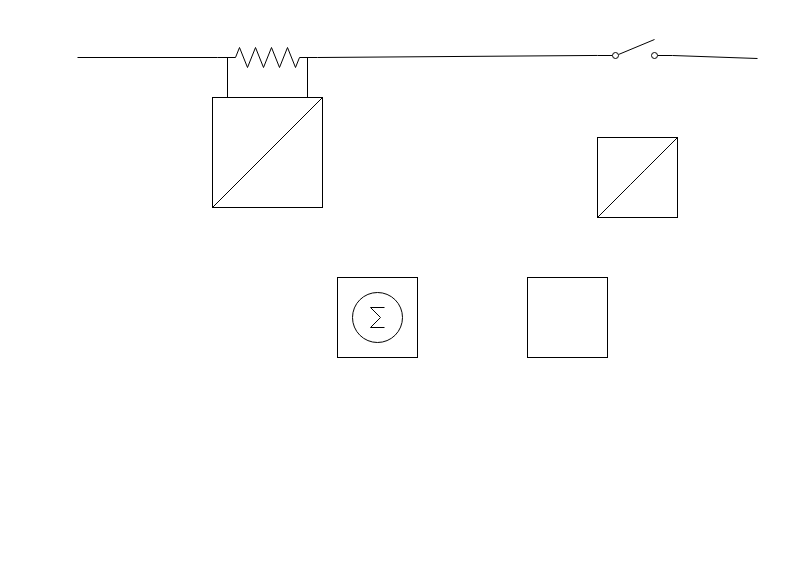
Above: Untitled Diagram.drawio in gilgo31/ETD17 (draw.io), before the change. Source tidied: cells renumbered, new cells numbered last; positions are measured from the earlier drawing's top-left corner, leaving out a move shared by most shapes. Both pictures are drawn from the tidied source at 100%, with x=0, y=0 at pixel (77, 39).
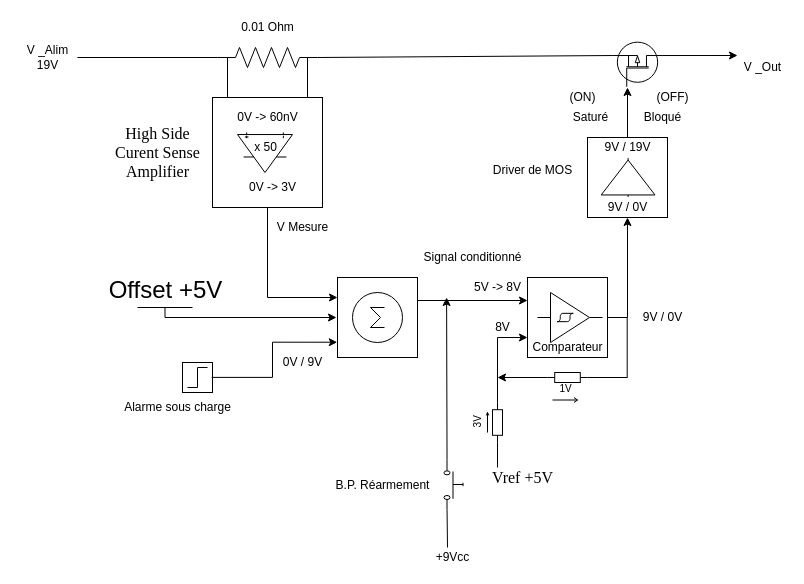
The same page after the edit.

The change refers to these unchanged cells:
```xml
<mxCell id="2" style="whiteSpace=wrap;html=1;" parent="1" vertex="1">
  <mxGeometry x="260" y="238" width="80" height="80" as="geometry" />
</mxCell>
<mxCell id="4" style="verticalLabelPosition=bottom;shadow=0;dashed=0;align=center;html=1;verticalAlign=top;shape=mxgraph.electrical.resistors.resistor_2;" parent="1" vertex="1">
  <mxGeometry x="140" y="8" width="100" height="20" as="geometry" />
</mxCell>
<mxCell id="8" style="whiteSpace=wrap;html=1;" parent="1" vertex="1">
  <mxGeometry x="135" y="58" width="110" height="110" as="geometry" />
</mxCell>
<mxCell id="12" style="whiteSpace=wrap;html=1;" parent="1" vertex="1">
  <mxGeometry x="450" y="238" width="80" height="80" as="geometry" />
</mxCell>
```

What changed in the source:
```diff
@@
+    <mxCell id="16" style="whiteSpace=wrap;html=1;" parent="1" vertex="1">
+      <mxGeometry x="105" y="323" width="30" height="30" as="geometry" />
+    </mxCell>
+    <mxCell id="17" style="edgeStyle=orthogonalEdgeStyle;rounded=0;orthogonalLoop=1;jettySize=auto;html=1;exitX=1;exitY=0.5;exitDx=0;exitDy=0;entryX=0;entryY=0.5;entryDx=0;entryDy=0;" parent="1" edge="1">
+      <mxGeometry relative="1" as="geometry">
+        <mxPoint x="340" y="261" as="sourcePoint" />
+        <mxPoint x="450" y="261" as="targetPoint" />
+      </mxGeometry>
+    </mxCell>
@@
+    <mxCell id="18" style="edgeStyle=orthogonalEdgeStyle;rounded=0;jettySize=auto;html=1;exitX=0.5;exitY=0;exitDx=0;exitDy=0;" parent="1" edge="1" source="3">
+      <mxGeometry relative="1" as="geometry">
+        <mxPoint x="550" y="48" as="targetPoint" />
+      </mxGeometry>
+    </mxCell>
     <mxCell id="3" style="whiteSpace=wrap;html=1;" parent="1" vertex="1">
-      <mxGeometry x="520" y="98" width="80" height="80" as="geometry" />
+      <mxGeometry x="510" y="98" width="80" height="80" as="geometry" />
     </mxCell>
@@
-    <mxCell id="5" style="verticalLabelPosition=bottom;shadow=0;dashed=0;align=center;html=1;verticalAlign=top;shape=mxgraph.electrical.electro-mechanical.simple_switch;" parent="1" vertex="1">
-      <mxGeometry x="520" width="75" height="19" as="geometry" />
-    </mxCell>
@@
-    <mxCell id="7" style="endArrow=none;html=1;entryX=1;entryY=0;entryDx=0;entryDy=0;exitX=0;exitY=1;exitDx=0;exitDy=0;" parent="1" edge="1" source="3" target="3">
-      <mxGeometry relative="1" as="geometry">
-        <Array as="points">
-          <mxPoint x="560" y="138" />
-        </Array>
-      </mxGeometry>
-    </mxCell>
+    <mxCell id="19" style="edgeStyle=orthogonalEdgeStyle;rounded=0;jettySize=auto;html=1;exitX=0.5;exitY=1;exitDx=0;exitDy=0;entryX=0;entryY=0.25;entryDx=0;entryDy=0;" parent="1" edge="1" source="8" target="2">
+      <mxGeometry relative="1" as="geometry" />
+    </mxCell>
@@
-    <mxCell id="9" style="endArrow=none;html=1;entryX=1;entryY=0;entryDx=0;entryDy=0;exitX=0;exitY=1;exitDx=0;exitDy=0;" parent="1" edge="1" source="8" target="8">
-      <mxGeometry relative="1" as="geometry" />
-    </mxCell>
@@
+    <mxCell id="20" style="edgeStyle=orthogonalEdgeStyle;rounded=0;jettySize=auto;html=1;exitX=1;exitY=0.5;exitDx=0;exitDy=0;entryX=0.5;entryY=1;entryDx=0;entryDy=0;" parent="1" edge="1" source="12" target="3">
+      <mxGeometry relative="1" as="geometry" />
+    </mxCell>
@@
-    <mxCell id="13" style="endArrow=none;html=1;exitX=1;exitY=0.5;exitDx=0;exitDy=0;exitPerimeter=0;entryX=0;entryY=0.84;entryDx=0;entryDy=0;entryPerimeter=0;" parent="1" edge="1" source="4" target="5">
+    <mxCell id="13" style="endArrow=none;html=1;exitX=1;exitY=0.5;exitDx=0;exitDy=0;exitPerimeter=0;entryX=0.7;entryY=1;entryDx=0;entryDy=0;entryPerimeter=0;" parent="1" edge="1" source="4" target="37">
       <mxGeometry relative="1" as="geometry" />
     </mxCell>
@@
-    <mxCell id="15" style="endArrow=none;html=1;exitX=1;exitY=0.84;exitDx=0;exitDy=0;exitPerimeter=0;" parent="1" edge="1">
-      <mxGeometry relative="1" as="geometry">
-        <mxPoint x="595" y="16" as="sourcePoint" />
-        <mxPoint x="680" y="19" as="targetPoint" />
-      </mxGeometry>
-    </mxCell>
+    <mxCell id="21" value="V Mesure" style="text;html=1;align=center;verticalAlign=middle;" parent="1" vertex="1">
+      <mxGeometry x="190" y="178" width="70" height="20" as="geometry" />
+    </mxCell>
+    <mxCell id="22" style="edgeStyle=none;rounded=0;jettySize=auto;html=1;exitX=0.5;exitY=0;exitDx=0;exitDy=0;exitPerimeter=0;" parent="1" edge="1" source="27">
+      <mxGeometry relative="1" as="geometry">
+        <mxPoint x="259" y="278" as="targetPoint" />
+      </mxGeometry>
+    </mxCell>
+    <mxCell id="23" style="edgeStyle=orthogonalEdgeStyle;rounded=0;jettySize=auto;html=1;entryX=-0.003;entryY=0.809;entryDx=0;entryDy=0;entryPerimeter=0;exitX=1.21;exitY=0.495;exitDx=0;exitDy=0;exitPerimeter=0;" parent="1" edge="1" source="24" target="2">
+      <mxGeometry relative="1" as="geometry" />
+    </mxCell>
+    <mxCell id="24" style="verticalLabelPosition=bottom;shadow=0;dashed=0;align=center;html=1;verticalAlign=top;shape=mxgraph.electrical.waveforms.step_1;" parent="1" vertex="1">
+      <mxGeometry x="110" y="328" width="20" height="20" as="geometry" />
+    </mxCell>
+    <mxCell id="25" value="0V -&amp;gt; 60nV" style="text;html=1;align=center;verticalAlign=middle;fillColor=none;strokeColor=none;rounded=0;" parent="1" vertex="1">
+      <mxGeometry x="150" y="68" width="80" height="20" as="geometry" />
+    </mxCell>
+    <mxCell id="26" value="0V -&amp;gt; 3V" style="text;html=1;align=center;verticalAlign=middle;fillColor=none;strokeColor=none;rounded=0;" parent="1" vertex="1">
+      <mxGeometry x="165" y="138" width="60" height="20" as="geometry" />
+    </mxCell>
+    <mxCell id="27" value="Offset +5V" style="verticalLabelPosition=top;verticalAlign=bottom;shape=mxgraph.electrical.signal_sources.vdd;shadow=0;dashed=0;align=center;strokeWidth=1;fontSize=24;html=1;flipV=1;" parent="1" vertex="1">
+      <mxGeometry x="60" y="268" width="55" height="10" as="geometry" />
+    </mxCell>
+    <mxCell id="28" value="Signal conditionné" style="text;html=1;align=center;verticalAlign=middle;" parent="1" vertex="1">
+      <mxGeometry x="340" y="208" width="110" height="20" as="geometry" />
+    </mxCell>
+    <mxCell id="29" value="Alarme sous charge" style="text;html=1;align=center;verticalAlign=middle;" parent="1" vertex="1">
+      <mxGeometry x="40" y="358" width="120" height="20" as="geometry" />
+    </mxCell>
+    <mxCell id="30" value="0V / 9V" style="text;html=1;align=center;verticalAlign=middle;" parent="1" vertex="1">
+      <mxGeometry x="200" y="313" width="50" height="20" as="geometry" />
+    </mxCell>
+    <mxCell id="31" style="verticalLabelPosition=bottom;shadow=0;dashed=0;align=center;html=1;verticalAlign=top;shape=mxgraph.electrical.abstract.operational_amp_1;rotation=90;" parent="1" vertex="1">
+      <mxGeometry x="167.5" y="85.5" width="40" height="55" as="geometry" />
+    </mxCell>
+    <mxCell id="32" value="0.01 Ohm" style="text;html=1;align=center;verticalAlign=middle;" parent="1" vertex="1">
+      <mxGeometry x="155" y="-22" width="70" height="20" as="geometry" />
+    </mxCell>
+    <mxCell id="33" value="9V / 0V" style="text;html=1;align=center;verticalAlign=middle;fillColor=none;strokeColor=none;rounded=0;" parent="1" vertex="1">
+      <mxGeometry x="525" y="158" width="50" height="20" as="geometry" />
+    </mxCell>
+    <mxCell id="34" value="9V / 19V" style="text;html=1;align=center;verticalAlign=middle;fillColor=none;strokeColor=none;rounded=0;" parent="1" vertex="1">
+      <mxGeometry x="520" y="98" width="60" height="20" as="geometry" />
+    </mxCell>
+    <mxCell id="35" value="x 50" style="text;html=1;align=center;verticalAlign=middle;fillColor=none;strokeColor=none;rounded=0;" parent="1" vertex="1">
+      <mxGeometry x="167.5" y="98" width="40" height="20" as="geometry" />
+    </mxCell>
+    <mxCell id="36" style="edgeStyle=none;rounded=0;jettySize=auto;html=1;exitX=0.7;exitY=0;exitDx=0;exitDy=0;exitPerimeter=0;" parent="1" edge="1" source="37">
+      <mxGeometry relative="1" as="geometry">
+        <mxPoint x="660" y="16" as="targetPoint" />
+      </mxGeometry>
+    </mxCell>
+    <mxCell id="37" style="verticalLabelPosition=bottom;shadow=0;dashed=0;align=center;html=1;verticalAlign=top;shape=mxgraph.electrical.mosfets1.p-channel_mosfet_1;rotation=90;flipH=1;" parent="1" vertex="1">
+      <mxGeometry x="537.7" y="0.3" width="44.6" height="49.3" as="geometry" />
+    </mxCell>
+    <mxCell id="38" value="Bloqué" style="text;html=1;align=center;verticalAlign=middle;" parent="1" vertex="1">
+      <mxGeometry x="560" y="68" width="50" height="20" as="geometry" />
+    </mxCell>
+    <mxCell id="39" value="Saturé" style="text;html=1;align=center;verticalAlign=middle;" parent="1" vertex="1">
+      <mxGeometry x="487.7" y="68" width="50" height="20" as="geometry" />
+    </mxCell>
+    <mxCell id="40" style="edgeStyle=none;rounded=0;jettySize=auto;html=1;exitX=0;exitY=0.5;exitDx=0;exitDy=0;exitPerimeter=0;" parent="1" edge="1" source="41">
+      <mxGeometry relative="1" as="geometry">
+        <mxPoint x="420" y="338" as="targetPoint" />
+      </mxGeometry>
+    </mxCell>
+    <mxCell id="41" style="verticalLabelPosition=bottom;shadow=0;dashed=0;align=center;html=1;verticalAlign=top;shape=mxgraph.electrical.resistors.resistor_1;" parent="1" vertex="1">
+      <mxGeometry x="470" y="333" width="40" height="10" as="geometry" />
+    </mxCell>
+    <mxCell id="42" style="edgeStyle=orthogonalEdgeStyle;rounded=0;jettySize=auto;html=1;exitX=1;exitY=0.5;exitDx=0;exitDy=0;exitPerimeter=0;entryX=0;entryY=0.75;entryDx=0;entryDy=0;" parent="1" edge="1" source="43" target="12">
+      <mxGeometry relative="1" as="geometry" />
+    </mxCell>
+    <mxCell id="43" style="verticalLabelPosition=bottom;shadow=0;dashed=0;align=center;html=1;verticalAlign=top;shape=mxgraph.electrical.resistors.resistor_1;rotation=-90;" parent="1" vertex="1">
+      <mxGeometry x="400" y="378" width="40" height="10" as="geometry" />
+    </mxCell>
+    <mxCell id="44" style="verticalLabelPosition=bottom;shadow=0;dashed=0;align=center;html=1;verticalAlign=top;shape=mxgraph.electrical.abstract.amplifier;rotation=-90;" parent="1" vertex="1">
+      <mxGeometry x="531.2" y="111.1" width="38.8" height="53.8" as="geometry" />
+    </mxCell>
+    <mxCell id="45" value="Driver de MOS" style="text;html=1;align=center;verticalAlign=middle;" parent="1" vertex="1">
+      <mxGeometry x="410" y="120.5" width="90" height="20" as="geometry" />
+    </mxCell>
+    <mxCell id="46" value="&lt;span lang=&quot;EN-US&quot; style=&quot;font-size: 12.0pt ; font-family: &amp;#34;times new roman&amp;#34; , serif&quot;&gt;High&amp;nbsp;Side &lt;br&gt;Curent Sense &lt;br&gt;Amplifier&lt;/span&gt;" style="text;html=1;align=center;verticalAlign=middle;" parent="1" vertex="1">
+      <mxGeometry x="30" y="88" width="100" height="50" as="geometry" />
+    </mxCell>
+    <mxCell id="47" style="edgeStyle=none;rounded=0;jettySize=auto;html=1;exitX=0;exitY=0.84;exitDx=0;exitDy=0;exitPerimeter=0;" parent="1" edge="1" source="48">
+      <mxGeometry relative="1" as="geometry">
+        <mxPoint x="369.1" y="258" as="targetPoint" />
+      </mxGeometry>
+    </mxCell>
+    <mxCell id="48" style="verticalLabelPosition=bottom;shadow=0;dashed=0;align=center;html=1;verticalAlign=top;shape=mxgraph.electrical.electro-mechanical.push_switch_no;rotation=90;" parent="1" vertex="1">
+      <mxGeometry x="351" y="435.5" width="50" height="19" as="geometry" />
+    </mxCell>
+    <mxCell id="49" style="endArrow=none;html=1;" parent="1" edge="1">
+      <mxGeometry relative="1" as="geometry">
+        <mxPoint x="549.7" y="338" as="sourcePoint" />
+        <mxPoint x="549.7" y="278" as="targetPoint" />
+      </mxGeometry>
+    </mxCell>
+    <mxCell id="50" style="endArrow=none;html=1;exitX=1;exitY=0.5;exitDx=0;exitDy=0;exitPerimeter=0;" parent="1" edge="1" source="41">
+      <mxGeometry relative="1" as="geometry">
+        <mxPoint x="550" y="338" as="targetPoint" />
+      </mxGeometry>
+    </mxCell>
+    <mxCell id="51" style="endArrow=none;html=1;entryX=0;entryY=0.5;entryDx=0;entryDy=0;entryPerimeter=0;" parent="1" edge="1" target="43">
+      <mxGeometry relative="1" as="geometry">
+        <mxPoint x="420" y="428" as="sourcePoint" />
+      </mxGeometry>
+    </mxCell>
+    <mxCell id="52" style="endArrow=none;html=1;entryX=1;entryY=0.84;entryDx=0;entryDy=0;entryPerimeter=0;" parent="1" edge="1" target="48">
+      <mxGeometry relative="1" as="geometry">
+        <mxPoint x="370" y="508" as="sourcePoint" />
+      </mxGeometry>
+    </mxCell>
+    <mxCell id="53" value="+9Vcc" style="text;html=1;align=center;verticalAlign=middle;" parent="1" vertex="1">
+      <mxGeometry x="350" y="508" width="50" height="20" as="geometry" />
+    </mxCell>
+    <mxCell id="54" value="&lt;font face=&quot;Times New Roman, serif&quot;&gt;&lt;span style=&quot;font-size: 16px&quot;&gt;Vref +5V&lt;/span&gt;&lt;/font&gt;" style="text;html=1;align=center;verticalAlign=middle;" parent="1" vertex="1">
+      <mxGeometry x="405" y="428" width="80" height="20" as="geometry" />
+    </mxCell>
+    <mxCell id="55" style="verticalLabelPosition=bottom;shadow=0;dashed=0;align=center;html=1;verticalAlign=top;shape=mxgraph.electrical.logic_gates.schmitt_trigger;" parent="1" vertex="1">
+      <mxGeometry x="460" y="253" width="65" height="50" as="geometry" />
+    </mxCell>
+    <mxCell id="56" value="Comparateur" style="text;html=1;align=center;verticalAlign=middle;" parent="1" vertex="1">
+      <mxGeometry x="445" y="298" width="90" height="20" as="geometry" />
+    </mxCell>
+    <mxCell id="57" value="9V / 0V" style="text;html=1;align=center;verticalAlign=middle;fillColor=none;strokeColor=none;rounded=0;" parent="1" vertex="1">
+      <mxGeometry x="560" y="268" width="50" height="20" as="geometry" />
+    </mxCell>
+    <mxCell id="58" value="5V -&amp;gt; 8V" style="text;html=1;align=center;verticalAlign=middle;fillColor=none;strokeColor=none;rounded=0;" parent="1" vertex="1">
+      <mxGeometry x="390" y="238" width="60" height="20" as="geometry" />
+    </mxCell>
+    <mxCell id="59" value="8V" style="text;html=1;align=center;verticalAlign=middle;fillColor=none;strokeColor=none;rounded=0;" parent="1" vertex="1">
+      <mxGeometry x="410" y="278" width="30" height="20" as="geometry" />
+    </mxCell>
+    <mxCell id="60" value="1V" style="verticalLabelPosition=top;verticalAlign=bottom;shape=mxgraph.electrical.signal_sources.current_flow;shadow=0;dashed=0;align=center;strokeWidth=1;fontSize=10;html=1;" parent="1" vertex="1">
+      <mxGeometry x="475" y="358" width="25" height="5" as="geometry" />
+    </mxCell>
+    <mxCell id="61" value="3V" style="verticalLabelPosition=top;verticalAlign=bottom;shape=mxgraph.electrical.signal_sources.current_flow;shadow=0;dashed=0;align=center;strokeWidth=1;fontSize=10;html=1;rotation=-90;" parent="1" vertex="1">
+      <mxGeometry x="400" y="381.8" width="20" height="2.5" as="geometry" />
+    </mxCell>
+    <mxCell id="62" value="(ON)" style="text;html=1;align=center;verticalAlign=middle;" parent="1" vertex="1">
+      <mxGeometry x="485" y="48" width="40" height="20" as="geometry" />
+    </mxCell>
+    <mxCell id="63" value="(OFF)" style="text;html=1;align=center;verticalAlign=middle;" parent="1" vertex="1">
+      <mxGeometry x="570" y="48" width="50" height="20" as="geometry" />
+    </mxCell>
+    <mxCell id="64" value="B.P. Réarmement" style="text;html=1;align=center;verticalAlign=middle;" parent="1" vertex="1">
+      <mxGeometry x="250" y="435.5" width="110" height="20" as="geometry" />
+    </mxCell>
+    <mxCell id="65" value="V _Out" style="text;html=1;align=center;verticalAlign=middle;" parent="1" vertex="1">
+      <mxGeometry x="660" y="18" width="50" height="20" as="geometry" />
+    </mxCell>
+    <mxCell id="66" value="V _Alim&lt;br&gt;19V" style="text;html=1;align=center;verticalAlign=middle;" parent="1" vertex="1">
+      <mxGeometry x="-60" y="3" width="60" height="30" as="geometry" />
+    </mxCell>
```
